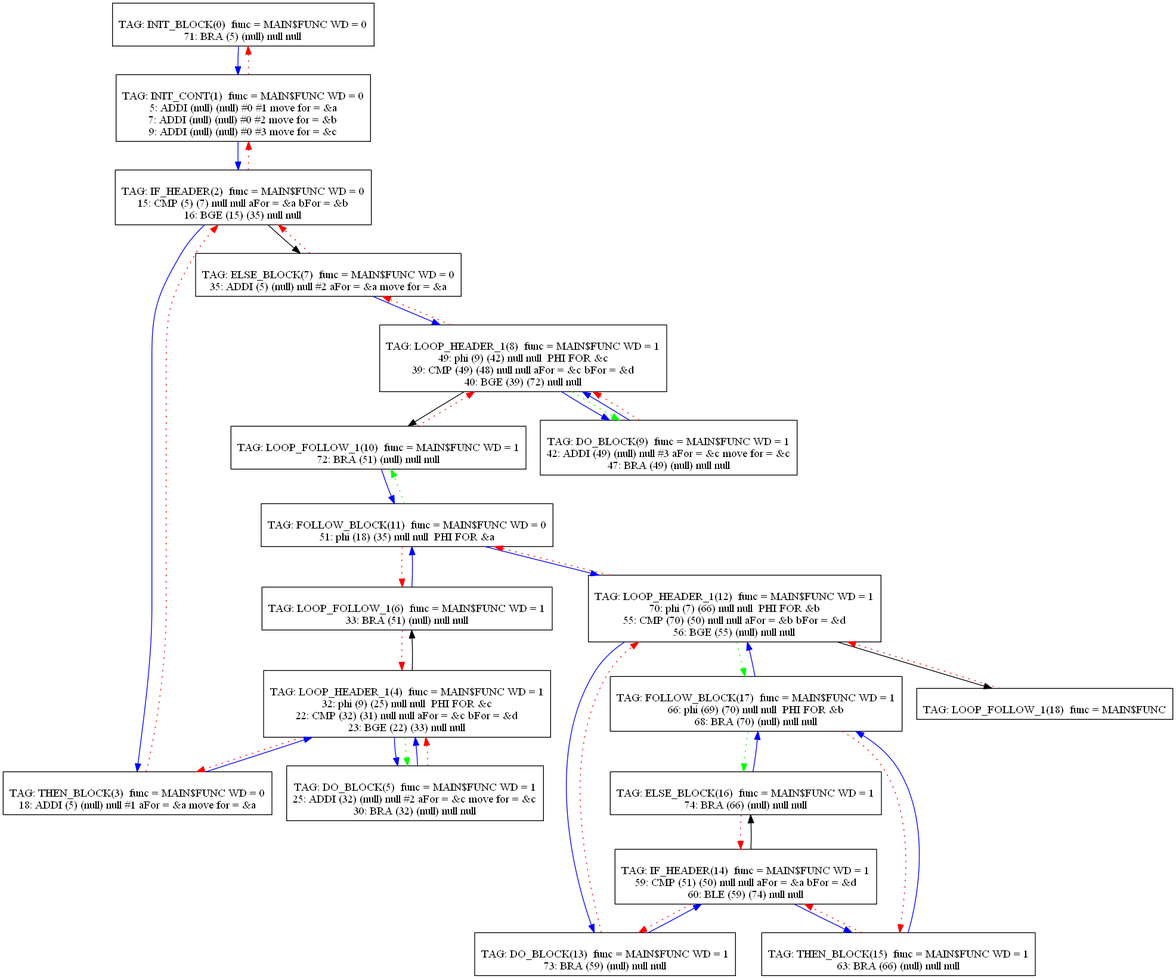
Earlier version of the Graphviz export Compiler/11graph.png (mbajaj92/Project-Astoria). Its source is kept beside it as Compiler/11graph.dot.
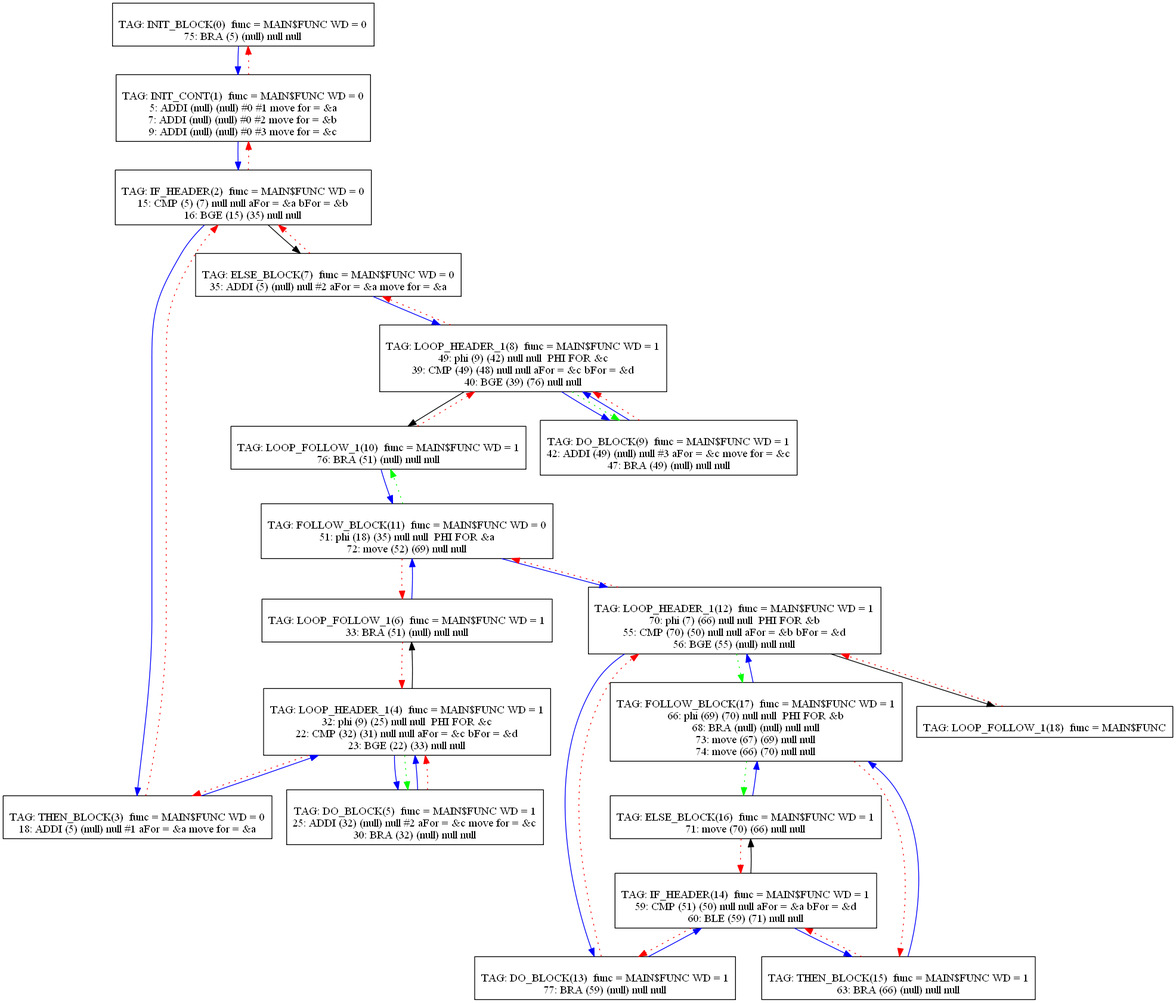
The same diagram one commit later.

The edit, as a diff of the source:
```diff
@@ -1,7 +1,7 @@
 digraph {
 0[label="
 TAG: INIT_BLOCK(0)  func = MAIN$FUNC WD = 0
-71: BRA (5) (null) null null
+75: BRA (5) (null) null null
 "];
 0[shape=box];
 0 -> 1[color=blue]
@@ -67,7 +67,7 @@
 TAG: LOOP_HEADER_1(8)  func = MAIN$FUNC WD = 1
 49: phi (9) (42) null null  PHI FOR &c
 39: CMP (49) (48) null null aFor = &c bFor = &d
-40: BGE (39) (72) null null
+40: BGE (39) (76) null null
 "];
 8[shape=box];
 8 -> 9[color=blue]
@@ -84,7 +84,7 @@
 9 -> 8[color=red][style=dotted]
 10[label="
 TAG: LOOP_FOLLOW_1(10)  func = MAIN$FUNC WD = 1
-72: BRA (51) (null) null null
+76: BRA (51) (null) null null
 "];
 10[shape=box];
 10 -> 11[color=blue]
@@ -92,6 +92,7 @@
 11[label="
 TAG: FOLLOW_BLOCK(11)  func = MAIN$FUNC WD = 0
 51: phi (18) (35) null null  PHI FOR &a
+72: move (52) (69) null null
 "];
 11[shape=box];
 11 -> 12[color=blue]
@@ -110,7 +111,7 @@
 12 -> 17[color=green][style=dotted]
 13[label="
 TAG: DO_BLOCK(13)  func = MAIN$FUNC WD = 1
-73: BRA (59) (null) null null
+77: BRA (59) (null) null null
 "];
 13[shape=box];
 13 -> 14[color=blue]
@@ -118,7 +119,7 @@
 14[label="
 TAG: IF_HEADER(14)  func = MAIN$FUNC WD = 1
 59: CMP (51) (50) null null aFor = &a bFor = &d
-60: BLE (59) (74) null null
+60: BLE (59) (71) null null
 "];
 14[shape=box];
 14 -> 15[color=blue]
@@ -133,7 +134,7 @@
 15 -> 14[color=red][style=dotted]
 16[label="
 TAG: ELSE_BLOCK(16)  func = MAIN$FUNC WD = 1
-74: BRA (66) (null) null null
+71: move (70) (66) null null
 "];
 16[shape=box];
 16 -> 17[color=blue]
@@ -141,7 +142,9 @@
 17[label="
 TAG: FOLLOW_BLOCK(17)  func = MAIN$FUNC WD = 1
 66: phi (69) (70) null null  PHI FOR &b
-68: BRA (70) (null) null null
+68: BRA (null) (null) null null
+73: move (67) (69) null null
+74: move (66) (70) null null
 "];
 17[shape=box];
 17 -> 12[color=blue]
```
